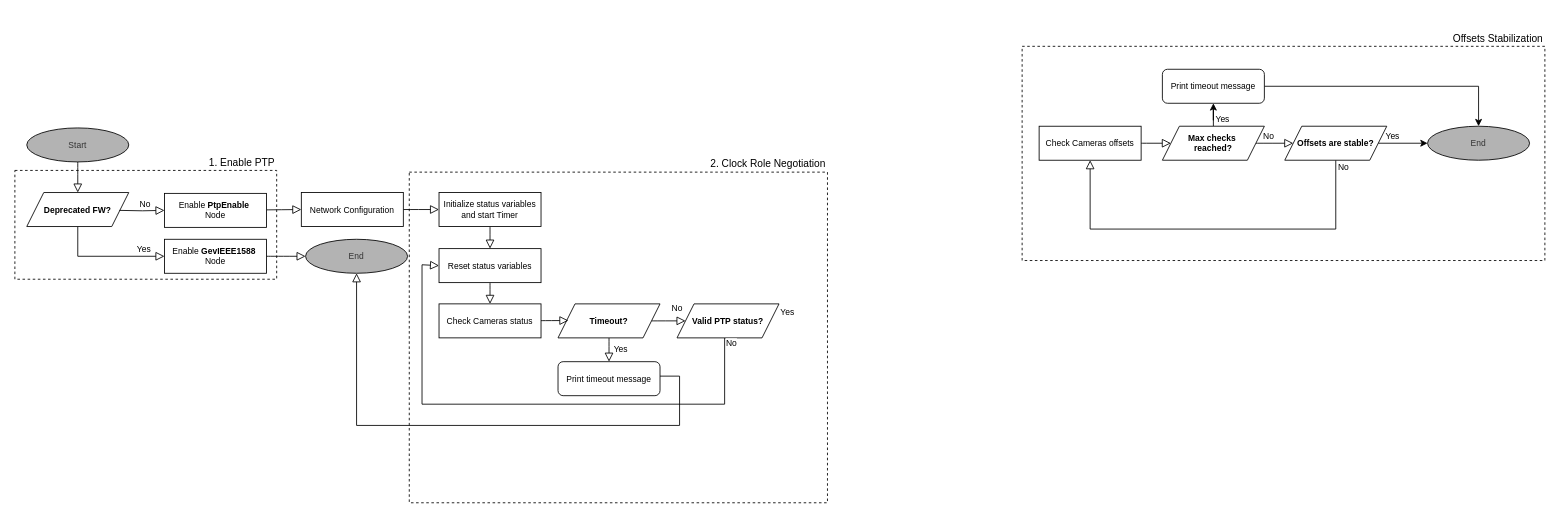
Before: page "ptp" (2 of 3) of draw.io/Untitled Diagram.drawio in Yessminech/Bachelor_Thesis, a draw.io diagram. Source tidied: cells renumbered, new cells numbered last; positions are measured from the earlier drawing's top-left corner, leaving out a move shared by most shapes. Both pictures are drawn from the tidied source at 85%, with x=0, y=0 at pixel (14, 46).
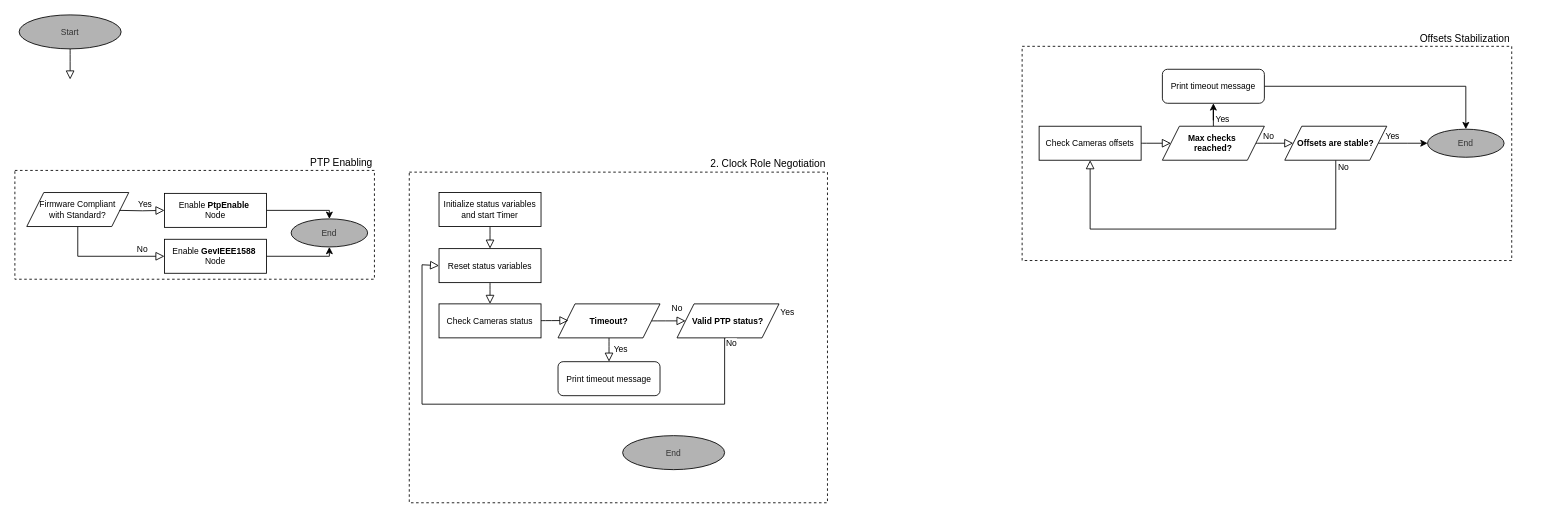
The same page after the edit.

Unchanged cells that the change refers to:
```xml
<mxCell id="10" value="Enable&amp;nbsp;&lt;b&gt;PtpEnable&lt;/b&gt;&amp;nbsp;&lt;div&gt;Node&lt;/div&gt;" style="rounded=0;whiteSpace=wrap;html=1;fontSize=10;glass=0;strokeWidth=1;shadow=0;fontFamily=Helvetica;align=center;verticalAlign=middle;" parent="1" vertex="1">
  <mxGeometry x="176" y="173" width="120" height="40" as="geometry" />
</mxCell>
<mxCell id="13" value="Enable&amp;nbsp;&lt;b&gt;GevIEEE1588&lt;/b&gt;&amp;nbsp;&lt;div&gt;Node&lt;/div&gt;" style="rounded=0;whiteSpace=wrap;html=1;fontSize=10;glass=0;strokeWidth=1;shadow=0;fontFamily=Helvetica;align=center;verticalAlign=middle;" parent="1" vertex="1">
  <mxGeometry x="176" y="227" width="120" height="40" as="geometry" />
</mxCell>
<mxCell id="24" value="Initialize status variables&lt;div&gt;and start Timer&lt;/div&gt;" style="rounded=0;whiteSpace=wrap;html=1;fontSize=10;glass=0;strokeWidth=1;shadow=0;fontFamily=Helvetica;align=center;verticalAlign=middle;" parent="1" vertex="1">
  <mxGeometry x="499" y="172" width="120" height="40" as="geometry" />
</mxCell>
<mxCell id="28" value="Print timeout message" style="rounded=1;whiteSpace=wrap;html=1;fontSize=10;glass=0;strokeWidth=1;shadow=0;fontFamily=Helvetica;align=center;verticalAlign=middle;" parent="1" vertex="1">
  <mxGeometry x="639" y="371" width="120" height="40" as="geometry" />
</mxCell>
<mxCell id="36" value="Offsets are stable?" style="shape=parallelogram;perimeter=parallelogramPerimeter;whiteSpace=wrap;html=1;fixedSize=1;align=center;verticalAlign=middle;fontSize=10;fontStyle=1;" parent="1" vertex="1">
  <mxGeometry x="1494" y="94" width="120" height="40" as="geometry" />
</mxCell>
<mxCell id="38" value="Print timeout message" style="rounded=1;whiteSpace=wrap;html=1;fontSize=10;glass=0;strokeWidth=1;shadow=0;fontFamily=Helvetica;align=center;verticalAlign=middle;" parent="1" vertex="1">
  <mxGeometry x="1350" y="27" width="120" height="40" as="geometry" />
</mxCell>
```

Change to the diagram source:
```diff
@@
     <mxCell id="2" value="Offsets Stabilization" style="rounded=0;whiteSpace=wrap;html=1;dashed=1;fillColor=none;verticalAlign=bottom;labelPosition=center;verticalLabelPosition=top;align=right;" parent="1" vertex="1">
-      <mxGeometry x="1185" width="615" height="252" as="geometry" />
+      <mxGeometry x="1185" width="576" height="252" as="geometry" />
     </mxCell>
@@
-    <mxCell id="4" value="1. Enable PTP" style="rounded=0;whiteSpace=wrap;html=1;dashed=1;fillColor=none;verticalAlign=bottom;labelPosition=center;verticalLabelPosition=top;align=right;" parent="1" vertex="1">
-      <mxGeometry y="146" width="308" height="128" as="geometry" />
+    <mxCell id="4" value="PTP Enabling" style="rounded=0;whiteSpace=wrap;html=1;dashed=1;fillColor=none;verticalAlign=bottom;labelPosition=center;verticalLabelPosition=top;align=right;" parent="1" vertex="1">
+      <mxGeometry y="146" width="423" height="128" as="geometry" />
     </mxCell>
@@
-    <mxCell id="6" style="edgeStyle=none;curved=1;rounded=0;jettySize=auto;html=1;fontSize=10;startSize=8;endSize=8;entryX=0.5;entryY=0;entryDx=0;entryDy=0;endArrow=block;endFill=0;align=center;verticalAlign=middle;" parent="1" edge="1" source="7" target="8">
-      <mxGeometry relative="1" as="geometry" />
+    <mxCell id="6" style="edgeStyle=none;curved=1;rounded=0;jettySize=auto;html=1;fontSize=10;startSize=8;endSize=8;entryX=0.5;entryY=0;entryDx=0;entryDy=0;endArrow=block;endFill=0;align=center;verticalAlign=middle;" parent="1" edge="1" source="7">
+      <mxGeometry relative="1" as="geometry">
+        <mxPoint x="65" y="39" as="targetPoint" />
+      </mxGeometry>
     </mxCell>
     <mxCell id="7" value="Start" style="ellipse;whiteSpace=wrap;html=1;fillColor=#B3B3B3;fontColor=#333333;strokeColor=default;align=center;verticalAlign=middle;fontSize=10;" parent="1" vertex="1">
-      <mxGeometry x="14" y="96" width="120" height="40" as="geometry" />
+      <mxGeometry x="5" y="-37" width="120" height="40" as="geometry" />
     </mxCell>
-    <mxCell id="8" value="Deprecated FW?" style="shape=parallelogram;perimeter=parallelogramPerimeter;whiteSpace=wrap;html=1;fixedSize=1;align=center;verticalAlign=middle;fontSize=10;fontStyle=1;" parent="1" vertex="1">
+    <mxCell id="8" value="&lt;div&gt;&lt;span style=&quot;font-weight: 400;&quot;&gt;Firmware Compliant&lt;/span&gt;&lt;/div&gt;&lt;div&gt;&lt;span style=&quot;font-weight: 400;&quot;&gt;with Standard?&lt;/span&gt;&lt;/div&gt;" style="shape=parallelogram;perimeter=parallelogramPerimeter;whiteSpace=wrap;html=1;fixedSize=1;align=center;verticalAlign=middle;fontSize=10;fontStyle=1;" parent="1" vertex="1">
       <mxGeometry x="14" y="172" width="120" height="40" as="geometry" />
     </mxCell>
-    <mxCell id="9" style="edgeStyle=none;curved=1;rounded=0;jettySize=auto;html=1;entryX=0;entryY=0.5;entryDx=0;entryDy=0;fontSize=12;startSize=8;endSize=8;endArrow=block;endFill=0;" parent="1" edge="1" source="10" target="16">
-      <mxGeometry relative="1" as="geometry" />
-    </mxCell>
+    <mxCell id="50" style="edgeStyle=orthogonalEdgeStyle;rounded=0;jettySize=auto;html=1;entryX=0.5;entryY=0;entryDx=0;entryDy=0;" parent="1" edge="1" source="10" target="17">
+      <mxGeometry relative="1" as="geometry">
+        <Array as="points">
+          <mxPoint x="370" y="193" />
+        </Array>
+      </mxGeometry>
+    </mxCell>
@@
-    <mxCell id="11" value="No" style="edgeStyle=orthogonalEdgeStyle;rounded=0;html=1;jettySize=auto;fontSize=10;endArrow=block;endFill=0;endSize=8;strokeWidth=1;shadow=0;labelBackgroundColor=none;fontFamily=Helvetica;align=center;verticalAlign=middle;entryX=0;entryY=0.5;entryDx=0;entryDy=0;" parent="1" edge="1" target="10">
+    <mxCell id="11" value="Yes" style="edgeStyle=orthogonalEdgeStyle;rounded=0;html=1;jettySize=auto;fontSize=10;endArrow=block;endFill=0;endSize=8;strokeWidth=1;shadow=0;labelBackgroundColor=none;fontFamily=Helvetica;align=center;verticalAlign=middle;entryX=0;entryY=0.5;entryDx=0;entryDy=0;" parent="1" edge="1" target="10">
       <mxGeometry x="0.15" y="8" relative="1" as="geometry">
         <mxPoint x="123" y="193" as="sourcePoint" />
       </mxGeometry>
     </mxCell>
-    <mxCell id="12" style="edgeStyle=none;curved=1;rounded=0;jettySize=auto;html=1;entryX=0;entryY=0.5;entryDx=0;entryDy=0;fontSize=12;startSize=8;endSize=8;endArrow=block;endFill=0;" parent="1" edge="1" source="13" target="17">
-      <mxGeometry relative="1" as="geometry" />
+    <mxCell id="12" style="edgeStyle=orthogonalEdgeStyle;rounded=0;jettySize=auto;html=1;entryX=0.5;entryY=1;entryDx=0;entryDy=0;" parent="1" edge="1" source="13" target="17">
+      <mxGeometry relative="1" as="geometry">
+        <Array as="points">
+          <mxPoint x="370" y="247" />
+        </Array>
+      </mxGeometry>
     </mxCell>
@@
-    <mxCell id="14" value="&lt;span style=&quot;color: rgb(0, 0, 0); font-family: Helvetica; font-size: 10px; font-style: normal; font-variant-ligatures: normal; font-variant-caps: normal; font-weight: 400; letter-spacing: normal; orphans: 2; text-align: center; text-indent: 0px; text-transform: none; widows: 2; word-spacing: 0px; -webkit-text-stroke-width: 0px; white-space: nowrap; text-decoration-thickness: initial; text-decoration-style: initial; text-decoration-color: initial; float: none; background-color: rgb(255, 255, 255); display: inline !important;&quot;&gt;Yes&lt;/span&gt;" style="text;whiteSpace=wrap;html=1;" parent="1" vertex="1">
+    <mxCell id="14" value="&lt;span style=&quot;color: rgb(0, 0, 0); font-family: Helvetica; font-size: 10px; font-style: normal; font-variant-ligatures: normal; font-variant-caps: normal; font-weight: 400; letter-spacing: normal; orphans: 2; text-align: center; text-indent: 0px; text-transform: none; widows: 2; word-spacing: 0px; -webkit-text-stroke-width: 0px; white-space: nowrap; text-decoration-thickness: initial; text-decoration-style: initial; text-decoration-color: initial; float: none; background-color: rgb(255, 255, 255); display: inline !important;&quot;&gt;No&lt;/span&gt;" style="text;whiteSpace=wrap;html=1;" parent="1" vertex="1">
       <mxGeometry x="142" y="225" width="41" height="36" as="geometry" />
     </mxCell>
-    <mxCell id="15" style="edgeStyle=none;curved=1;rounded=0;jettySize=auto;html=1;fontSize=12;startSize=8;endSize=8;endArrow=block;endFill=0;" parent="1" edge="1" source="16" target="24">
-      <mxGeometry relative="1" as="geometry" />
-    </mxCell>
-    <mxCell id="16" value="Network Configuration" style="rounded=0;whiteSpace=wrap;html=1;fontSize=10;glass=0;strokeWidth=1;shadow=0;fontFamily=Helvetica;align=center;verticalAlign=middle;" parent="1" vertex="1">
-      <mxGeometry x="337" y="172" width="120" height="40" as="geometry" />
-    </mxCell>
     <mxCell id="17" value="End" style="ellipse;whiteSpace=wrap;html=1;fillColor=#B3B3B3;fontColor=#333333;strokeColor=default;align=center;verticalAlign=middle;fontSize=10;" parent="1" vertex="1">
-      <mxGeometry x="342" y="227" width="120" height="40" as="geometry" />
+      <mxGeometry x="325" y="203" width="90" height="33" as="geometry" />
     </mxCell>
@@
-    <mxCell id="27" style="edgeStyle=orthogonalEdgeStyle;rounded=0;jettySize=auto;html=1;fontSize=12;startSize=8;endSize=8;endArrow=block;endFill=0;entryX=0.5;entryY=1;entryDx=0;entryDy=0;" parent="1" edge="1" source="28" target="17">
-      <mxGeometry relative="1" as="geometry">
-        <Array as="points">
-          <mxPoint x="782" y="388" />
-          <mxPoint x="782" y="446" />
-          <mxPoint x="402" y="446" />
-        </Array>
-      </mxGeometry>
-    </mxCell>
@@
-    <mxCell id="35" style="edgeStyle=orthogonalEdgeStyle;rounded=0;jettySize=auto;html=1;exitX=1;exitY=0.5;exitDx=0;exitDy=0;" parent="1" edge="1" source="36" target="49">
-      <mxGeometry relative="1" as="geometry" />
+    <mxCell id="35" style="edgeStyle=orthogonalEdgeStyle;rounded=0;jettySize=auto;html=1;exitX=1;exitY=0.5;exitDx=0;exitDy=0;" parent="1" edge="1" source="36">
+      <mxGeometry relative="1" as="geometry">
+        <mxPoint x="1662" y="114" as="targetPoint" />
+      </mxGeometry>
     </mxCell>
@@
-    <mxCell id="37" style="edgeStyle=orthogonalEdgeStyle;rounded=0;jettySize=auto;html=1;" parent="1" edge="1" source="38" target="49">
+    <mxCell id="37" style="edgeStyle=orthogonalEdgeStyle;rounded=0;jettySize=auto;html=1;entryX=0.5;entryY=0;entryDx=0;entryDy=0;" parent="1" edge="1" source="38" target="52">
       <mxGeometry relative="1" as="geometry" />
     </mxCell>
@@
-    <mxCell id="49" value="End" style="ellipse;whiteSpace=wrap;html=1;fillColor=#B3B3B3;fontColor=#333333;strokeColor=default;align=center;verticalAlign=middle;fontSize=10;" parent="1" vertex="1">
-      <mxGeometry x="1662" y="94" width="120" height="40" as="geometry" />
-    </mxCell>
+    <mxCell id="51" value="End" style="ellipse;whiteSpace=wrap;html=1;fillColor=#B3B3B3;fontColor=#333333;strokeColor=default;align=center;verticalAlign=middle;fontSize=10;" parent="1" vertex="1">
+      <mxGeometry x="715" y="458" width="120" height="40" as="geometry" />
+    </mxCell>
+    <mxCell id="52" value="End" style="ellipse;whiteSpace=wrap;html=1;fillColor=#B3B3B3;fontColor=#333333;strokeColor=default;align=center;verticalAlign=middle;fontSize=10;" parent="1" vertex="1">
+      <mxGeometry x="1662" y="97.5" width="90" height="33" as="geometry" />
+    </mxCell>
```
